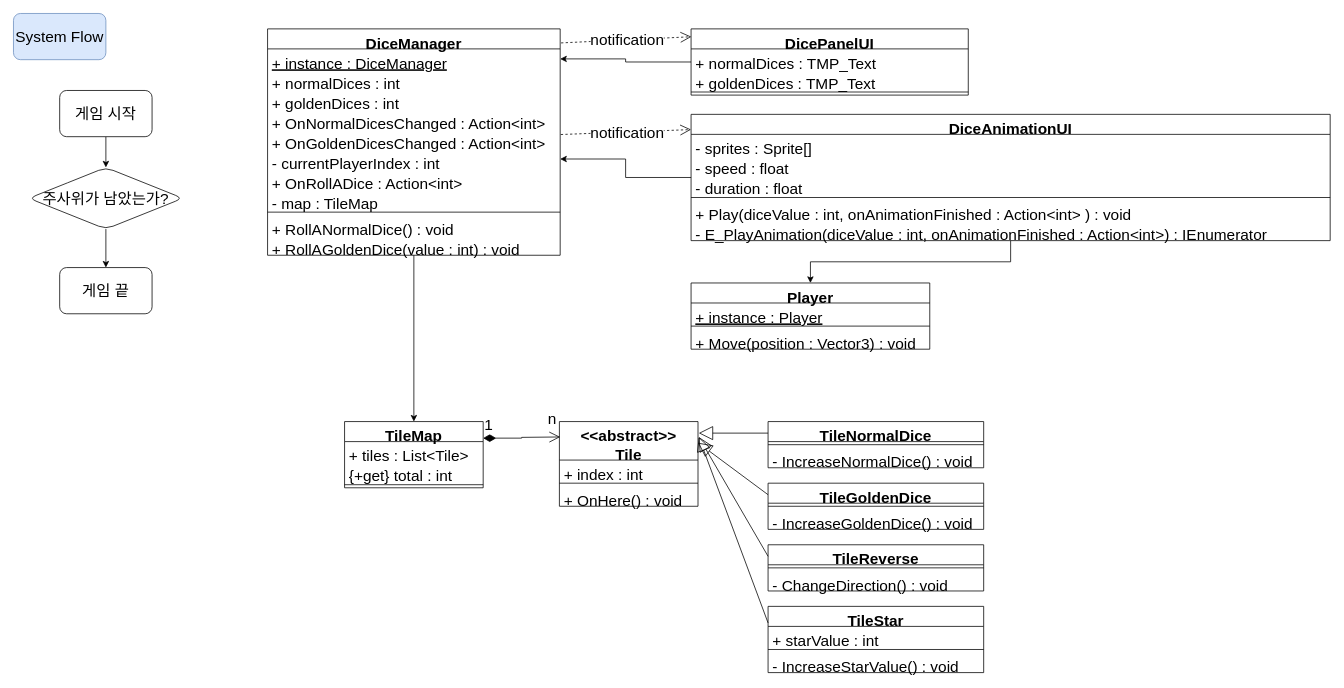
Above: RollADice/Concept.drawio in luke-youngmin-cho/UnityEngineBasic_6th (draw.io), before the change. Source tidied: cells renumbered, new cells numbered last; positions are measured from the earlier drawing's top-left corner, leaving out a move shared by most shapes. Both pictures are drawn from the tidied source at 77%, with x=0, y=0 at pixel (13, 13).
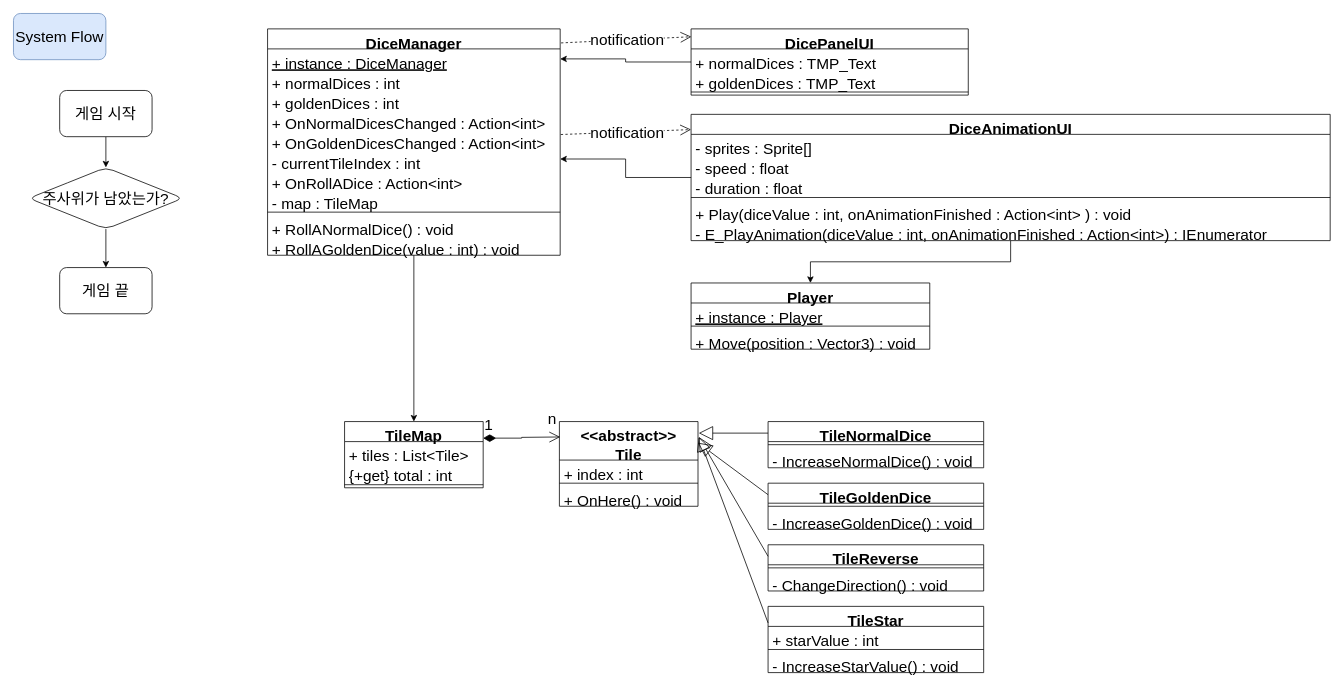
The same diagram, later.

The change refers to these unchanged cells:
```xml
<mxCell id="13" value="DiceManager" style="swimlane;fontStyle=1;align=center;verticalAlign=top;horizontal=1;startSize=26;fontSize=20;" parent="1" vertex="1">
  <mxGeometry x="330" y="20" width="380" height="294" as="geometry" />
</mxCell>
```

The edit, as a diff of the source:
```diff
@@
-    <mxCell id="19" value="- currentPlayerIndex : int" style="text;strokeColor=none;fillColor=none;align=left;verticalAlign=top;spacingLeft=4;spacingRight=4;overflow=hidden;points=[[0,0.5],[1,0.5]];portConstraint=eastwest;fontSize=20;" parent="13" vertex="1">
+    <mxCell id="19" value="- currentTileIndex : int" style="text;strokeColor=none;fillColor=none;align=left;verticalAlign=top;spacingLeft=4;spacingRight=4;overflow=hidden;points=[[0,0.5],[1,0.5]];portConstraint=eastwest;fontSize=20;" parent="13" vertex="1">
       <mxGeometry y="156" width="380" height="26" as="geometry" />
     </mxCell>
```
